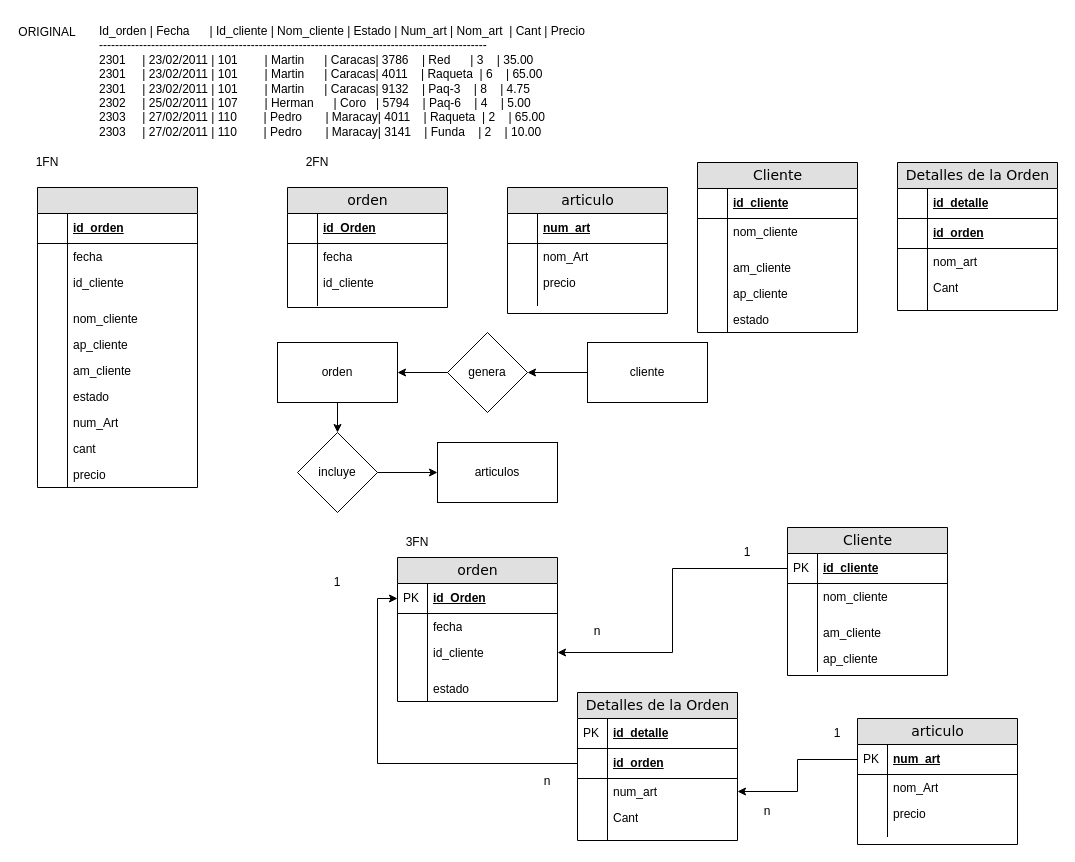
The draw.io diagram Untitled Diagram.drawio in artissce/BD_FALL2024, before the edit. Source tidied: cells renumbered, new cells numbered last; positions are measured from the earlier drawing's top-left corner, leaving out a move shared by most shapes. Both pictures are drawn from the tidied source at 100%, with x=0, y=0 at pixel (17, 17).
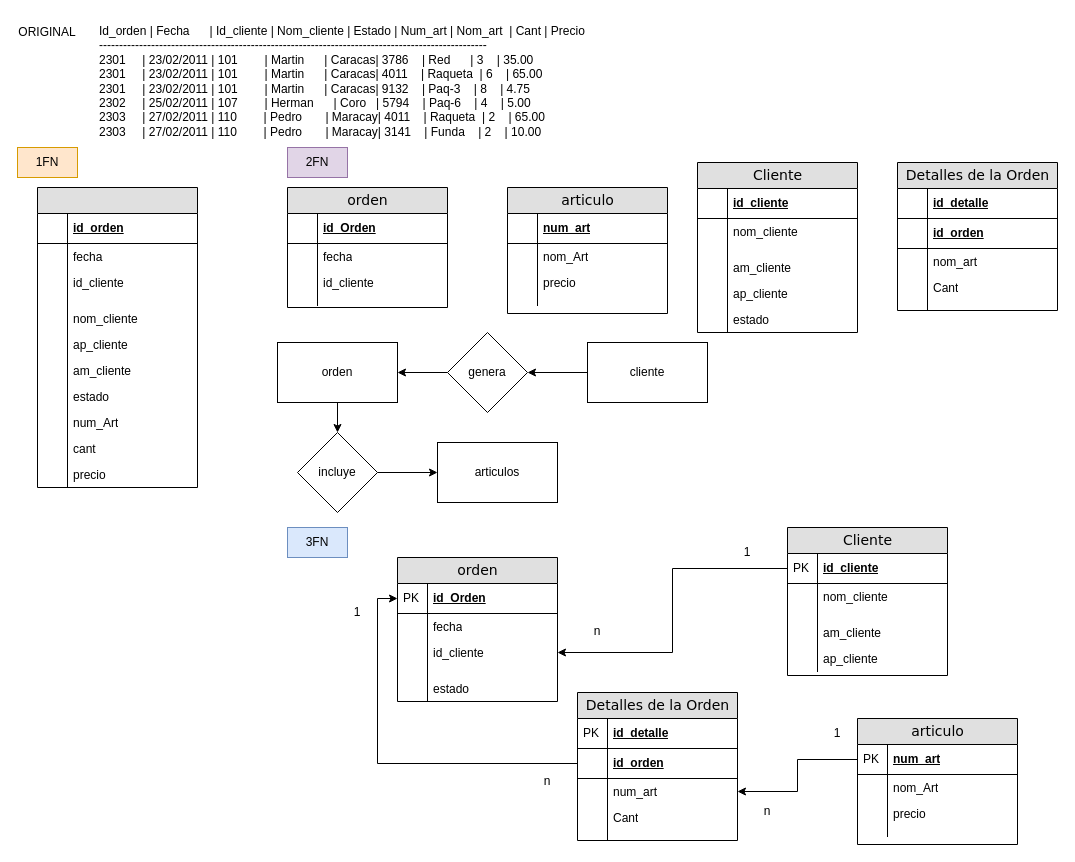
The same diagram, later.

What changed in the source:
```diff
@@
-    <mxCell id="69" value="1FN" style="text;html=1;align=center;verticalAlign=middle;whiteSpace=wrap;rounded=0;" parent="1" vertex="1">
+    <mxCell id="69" value="1FN" style="text;html=1;align=center;verticalAlign=middle;whiteSpace=wrap;rounded=0;fillColor=#ffe6cc;strokeColor=#d79b00;" parent="1" vertex="1">
       <mxGeometry y="130" width="60" height="30" as="geometry" />
     </mxCell>
-    <mxCell id="70" value="2FN" style="text;html=1;align=center;verticalAlign=middle;whiteSpace=wrap;rounded=0;" parent="1" vertex="1">
+    <mxCell id="70" value="2FN" style="text;html=1;align=center;verticalAlign=middle;whiteSpace=wrap;rounded=0;fillColor=#e1d5e7;strokeColor=#9673a6;" parent="1" vertex="1">
       <mxGeometry x="270" y="130" width="60" height="30" as="geometry" />
     </mxCell>
@@
-    <mxCell id="122" value="3FN" style="text;html=1;align=center;verticalAlign=middle;whiteSpace=wrap;rounded=0;" parent="1" vertex="1">
-      <mxGeometry x="370" y="510" width="60" height="30" as="geometry" />
+    <mxCell id="122" value="3FN" style="text;html=1;align=center;verticalAlign=middle;whiteSpace=wrap;rounded=0;fillColor=#dae8fc;strokeColor=#6c8ebf;" parent="1" vertex="1">
+      <mxGeometry x="270" y="510" width="60" height="30" as="geometry" />
     </mxCell>
@@
     <mxCell id="130" value="1" style="text;html=1;align=center;verticalAlign=middle;whiteSpace=wrap;rounded=0;" parent="1" vertex="1">
-      <mxGeometry x="290" y="550" width="60" height="30" as="geometry" />
+      <mxGeometry x="310" y="580" width="60" height="30" as="geometry" />
     </mxCell>
```
